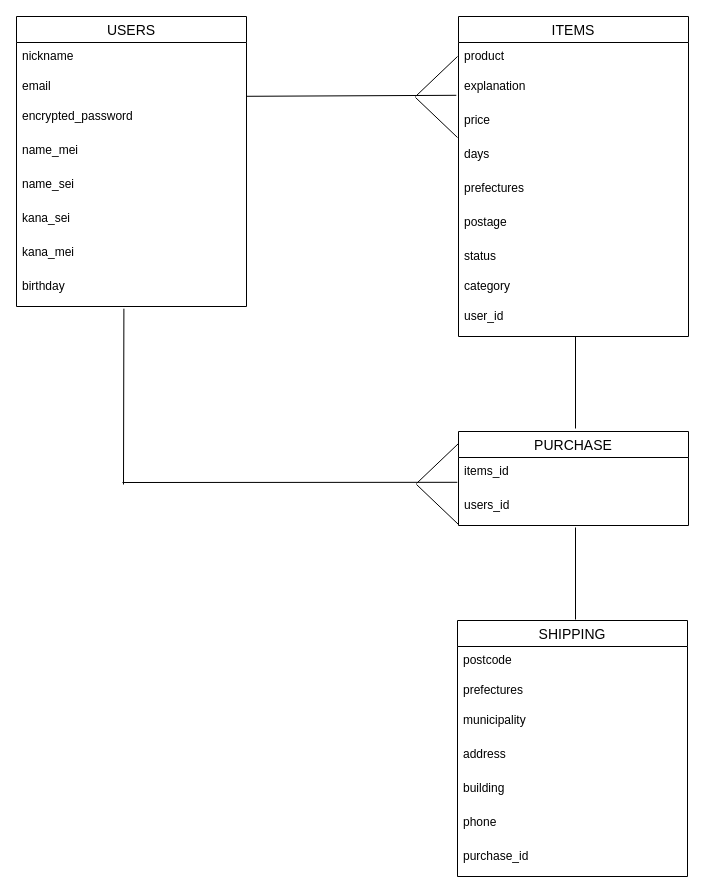
Before: furima.dio in hasegawa-m-prog/furima-37204, a draw.io diagram. Source tidied: cells renumbered, new cells numbered last; positions are measured from the earlier drawing's top-left corner, leaving out a move shared by most shapes. Both pictures are drawn from the tidied source at 100%, with x=0, y=0 at pixel (16, 16).
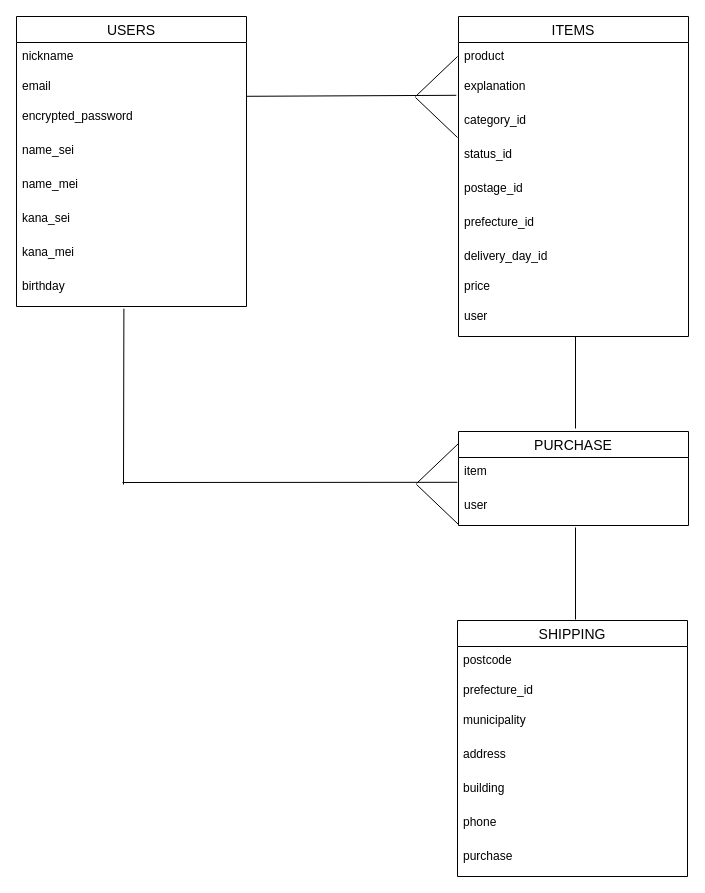
After the change.

Commit message (it also covers changes not shown here):
ER図、READMEの修正2

The change refers to these unchanged cells:
```xml
<mxCell id="2" value="USERS" style="swimlane;fontStyle=0;horizontal=1;startSize=26;align=center;fontSize=14;" parent="1" vertex="1">
  <mxGeometry width="230" height="290" as="geometry" />
</mxCell>
<mxCell id="11" value="ITEMS" style="swimlane;fontStyle=0;horizontal=1;startSize=26;align=center;fontSize=14;" parent="1" vertex="1">
  <mxGeometry x="442" width="230" height="320" as="geometry" />
</mxCell>
<mxCell id="24" value="PURCHASE" style="swimlane;fontStyle=0;horizontal=1;startSize=26;align=center;fontSize=14;" parent="1" vertex="1">
  <mxGeometry x="442" y="415" width="230" height="94" as="geometry" />
</mxCell>
<mxCell id="33" value="SHIPPING" style="swimlane;fontStyle=0;horizontal=1;startSize=26;align=center;fontSize=14;" parent="1" vertex="1">
  <mxGeometry x="441" y="604" width="230" height="256" as="geometry" />
</mxCell>
```

Change to the diagram source:
```diff
@@
-    <mxCell id="6" value="name_mei" style="text;strokeColor=none;fillColor=none;spacingLeft=4;spacingRight=4;overflow=hidden;fontSize=12;" parent="2" vertex="1">
+    <mxCell id="6" value="name_sei" style="text;strokeColor=none;fillColor=none;spacingLeft=4;spacingRight=4;overflow=hidden;fontSize=12;" parent="2" vertex="1">
       <mxGeometry y="120" width="230" height="34" as="geometry" />
     </mxCell>
-    <mxCell id="7" value="name_sei" style="text;strokeColor=none;fillColor=none;spacingLeft=4;spacingRight=4;overflow=hidden;fontSize=12;" parent="2" vertex="1">
+    <mxCell id="7" value="name_mei" style="text;strokeColor=none;fillColor=none;spacingLeft=4;spacingRight=4;overflow=hidden;fontSize=12;" parent="2" vertex="1">
       <mxGeometry y="154" width="230" height="34" as="geometry" />
     </mxCell>
@@
-    <mxCell id="14" value="price" style="text;strokeColor=none;fillColor=none;spacingLeft=4;spacingRight=4;overflow=hidden;fontSize=12;" parent="11" vertex="1">
+    <mxCell id="14" value="category_id" style="text;strokeColor=none;fillColor=none;spacingLeft=4;spacingRight=4;overflow=hidden;fontSize=12;" parent="11" vertex="1">
       <mxGeometry y="90" width="230" height="34" as="geometry" />
     </mxCell>
-    <mxCell id="15" value="days" style="text;strokeColor=none;fillColor=none;spacingLeft=4;spacingRight=4;overflow=hidden;fontSize=12;" parent="11" vertex="1">
+    <mxCell id="15" value="status_id" style="text;strokeColor=none;fillColor=none;spacingLeft=4;spacingRight=4;overflow=hidden;fontSize=12;" parent="11" vertex="1">
       <mxGeometry y="124" width="230" height="34" as="geometry" />
     </mxCell>
-    <mxCell id="16" value="prefectures" style="text;strokeColor=none;fillColor=none;spacingLeft=4;spacingRight=4;overflow=hidden;fontSize=12;" parent="11" vertex="1">
+    <mxCell id="16" value="postage_id" style="text;strokeColor=none;fillColor=none;spacingLeft=4;spacingRight=4;overflow=hidden;fontSize=12;" parent="11" vertex="1">
       <mxGeometry y="158" width="230" height="34" as="geometry" />
     </mxCell>
-    <mxCell id="17" value="postage" style="text;strokeColor=none;fillColor=none;spacingLeft=4;spacingRight=4;overflow=hidden;fontSize=12;" parent="11" vertex="1">
+    <mxCell id="17" value="prefecture_id" style="text;strokeColor=none;fillColor=none;spacingLeft=4;spacingRight=4;overflow=hidden;fontSize=12;" parent="11" vertex="1">
       <mxGeometry y="192" width="230" height="34" as="geometry" />
     </mxCell>
-    <mxCell id="18" value="status" style="text;strokeColor=none;fillColor=none;spacingLeft=4;spacingRight=4;overflow=hidden;fontSize=12;" parent="11" vertex="1">
+    <mxCell id="18" value="delivery_day_id" style="text;strokeColor=none;fillColor=none;spacingLeft=4;spacingRight=4;overflow=hidden;fontSize=12;" parent="11" vertex="1">
       <mxGeometry y="226" width="230" height="30" as="geometry" />
     </mxCell>
-    <mxCell id="19" value="category" style="text;strokeColor=none;fillColor=none;spacingLeft=4;spacingRight=4;overflow=hidden;fontSize=12;" parent="11" vertex="1">
+    <mxCell id="19" value="price" style="text;strokeColor=none;fillColor=none;spacingLeft=4;spacingRight=4;overflow=hidden;fontSize=12;" parent="11" vertex="1">
       <mxGeometry y="256" width="230" height="30" as="geometry" />
     </mxCell>
-    <mxCell id="20" value="user_id" style="text;strokeColor=none;fillColor=none;spacingLeft=4;spacingRight=4;overflow=hidden;fontSize=12;" parent="11" vertex="1">
+    <mxCell id="20" value="user" style="text;strokeColor=none;fillColor=none;spacingLeft=4;spacingRight=4;overflow=hidden;fontSize=12;" parent="11" vertex="1">
       <mxGeometry y="286" width="230" height="34" as="geometry" />
     </mxCell>
@@
-    <mxCell id="25" value="items_id" style="text;strokeColor=none;fillColor=none;spacingLeft=4;spacingRight=4;overflow=hidden;fontSize=12;" parent="24" vertex="1">
+    <mxCell id="25" value="item" style="text;strokeColor=none;fillColor=none;spacingLeft=4;spacingRight=4;overflow=hidden;fontSize=12;" parent="24" vertex="1">
       <mxGeometry y="26" width="230" height="34" as="geometry" />
     </mxCell>
-    <mxCell id="26" value="users_id" style="text;strokeColor=none;fillColor=none;spacingLeft=4;spacingRight=4;overflow=hidden;fontSize=12;" parent="24" vertex="1">
+    <mxCell id="26" value="user" style="text;strokeColor=none;fillColor=none;spacingLeft=4;spacingRight=4;overflow=hidden;fontSize=12;" parent="24" vertex="1">
       <mxGeometry y="60" width="230" height="34" as="geometry" />
     </mxCell>
@@
-    <mxCell id="35" value="prefectures" style="text;strokeColor=none;fillColor=none;spacingLeft=4;spacingRight=4;overflow=hidden;fontSize=12;" parent="33" vertex="1">
+    <mxCell id="35" value="prefecture_id" style="text;strokeColor=none;fillColor=none;spacingLeft=4;spacingRight=4;overflow=hidden;fontSize=12;" parent="33" vertex="1">
       <mxGeometry y="56" width="230" height="30" as="geometry" />
     </mxCell>
@@
-    <mxCell id="40" value="purchase_id" style="text;strokeColor=none;fillColor=none;spacingLeft=4;spacingRight=4;overflow=hidden;fontSize=12;" parent="33" vertex="1">
+    <mxCell id="40" value="purchase" style="text;strokeColor=none;fillColor=none;spacingLeft=4;spacingRight=4;overflow=hidden;fontSize=12;" parent="33" vertex="1">
       <mxGeometry y="222" width="230" height="34" as="geometry" />
     </mxCell>
```
